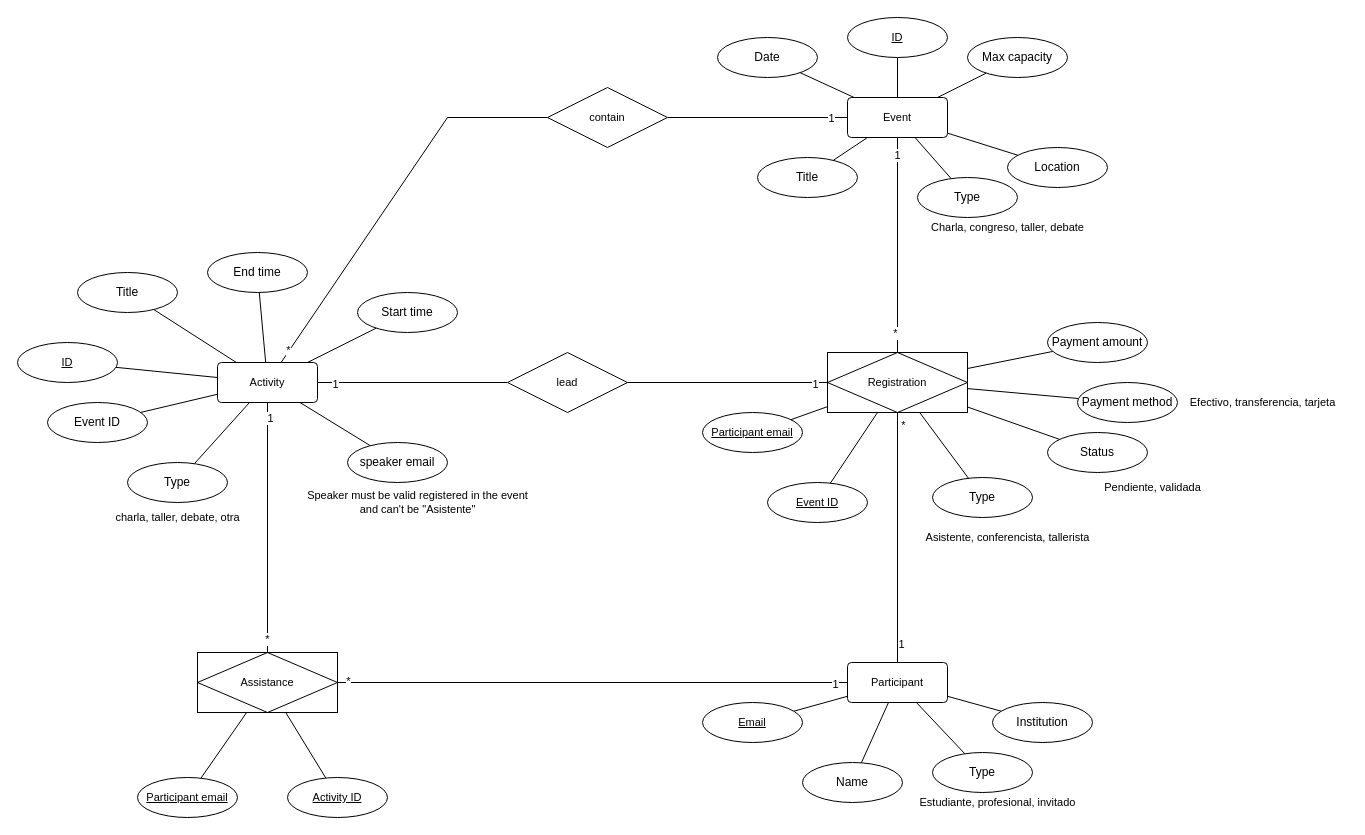
Before: docs/HyruleEvents.drawio in Emahch/Practica-1-IPC2-2025, a draw.io diagram. Source tidied: cells renumbered, new cells numbered last; positions are measured from the earlier drawing's top-left corner, leaving out a move shared by most shapes. Both pictures are drawn from the tidied source at 100%, with x=0, y=0 at pixel (17, 17).
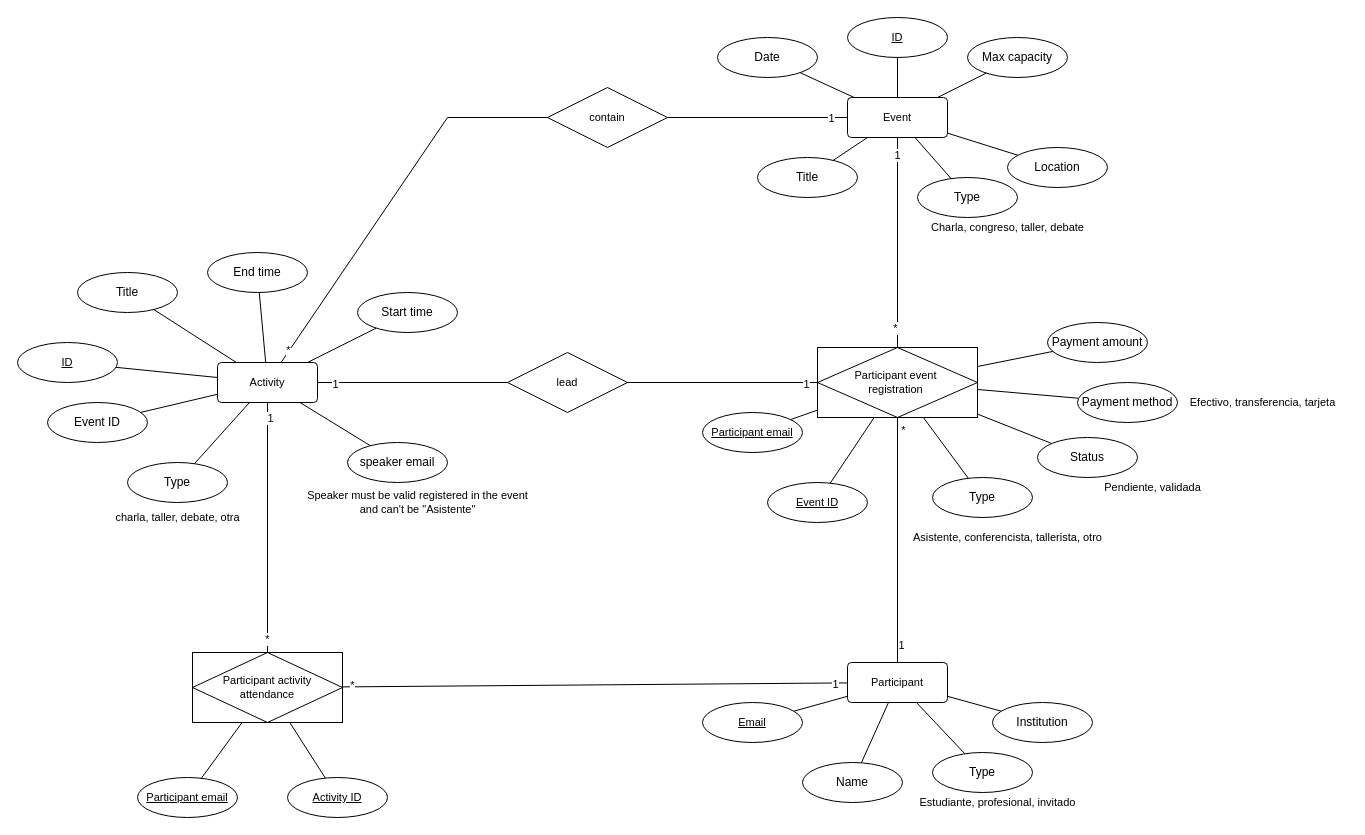
Above is the later version.

The edit, as a diff of the source:
```diff
@@
-    <mxCell id="39" value="Registration" style="shape=associativeEntity;whiteSpace=wrap;html=1;align=center;fontFamily=Helvetica;fontSize=11;fontColor=default;labelBackgroundColor=default;" parent="1" vertex="1">
-      <mxGeometry x="810" y="335" width="140" height="60" as="geometry" />
+    <mxCell id="39" value="Participant event&amp;nbsp;&lt;div&gt;registration&amp;nbsp;&lt;/div&gt;" style="shape=associativeEntity;whiteSpace=wrap;html=1;align=center;fontFamily=Helvetica;fontSize=11;fontColor=default;labelBackgroundColor=default;" parent="1" vertex="1">
+      <mxGeometry x="800" y="330" width="160" height="70" as="geometry" />
     </mxCell>
@@
-    <mxCell id="66" value="Asistente, conferencista, tallerista" style="text;html=1;align=center;verticalAlign=middle;strokeColor=none;fillColor=none;fontFamily=Helvetica;fontSize=11;fontColor=default;labelBackgroundColor=default;" parent="1" vertex="1">
-      <mxGeometry x="895" y="505" width="190" height="30" as="geometry" />
+    <mxCell id="66" value="Asistente, conferencista, tallerista, otro" style="text;html=1;align=center;verticalAlign=middle;strokeColor=none;fillColor=none;fontFamily=Helvetica;fontSize=11;fontColor=default;labelBackgroundColor=default;" parent="1" vertex="1">
+      <mxGeometry x="885" y="505" width="210" height="30" as="geometry" />
     </mxCell>
@@
-    <mxCell id="72" value="Assistance" style="shape=associativeEntity;whiteSpace=wrap;html=1;align=center;fontFamily=Helvetica;fontSize=11;fontColor=default;labelBackgroundColor=default;" parent="1" vertex="1">
-      <mxGeometry x="180" y="635" width="140" height="60" as="geometry" />
+    <mxCell id="72" value="Participant activity&lt;div&gt;attendance&lt;/div&gt;" style="shape=associativeEntity;whiteSpace=wrap;html=1;align=center;fontFamily=Helvetica;fontSize=11;fontColor=default;labelBackgroundColor=default;" parent="1" vertex="1">
+      <mxGeometry x="175" y="635" width="150" height="70" as="geometry" />
     </mxCell>
@@
     <mxCell id="79" value="Status" style="ellipse;whiteSpace=wrap;html=1;align=center;" parent="1" vertex="1">
-      <mxGeometry x="1030" y="415" width="100" height="40" as="geometry" />
+      <mxGeometry x="1020" y="420" width="100" height="40" as="geometry" />
     </mxCell>
```
